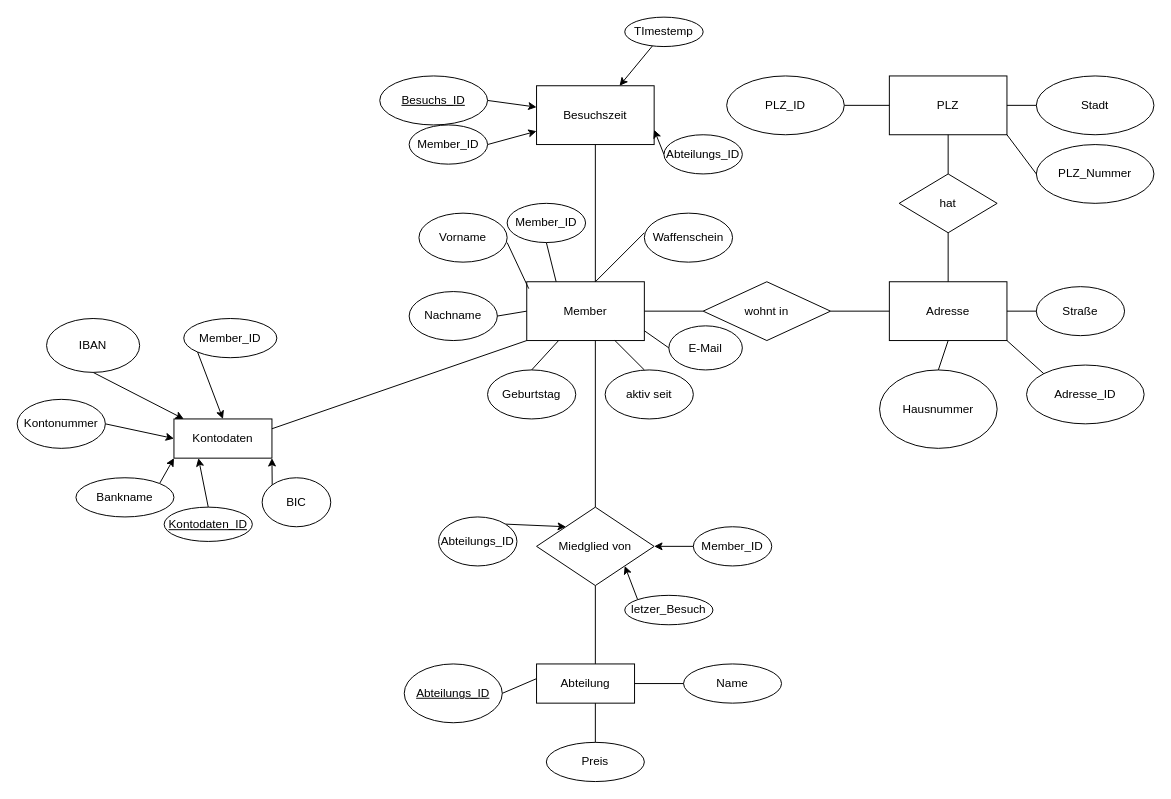
The draw.io diagram draw_io/ER_Member.drawio in floodoo/gun_club, before the edit. Source tidied: cells renumbered, new cells numbered last; positions are measured from the earlier drawing's top-left corner, leaving out a move shared by most shapes. Both pictures are drawn from the tidied source at 98%, with x=0, y=0 at pixel (17, 17).
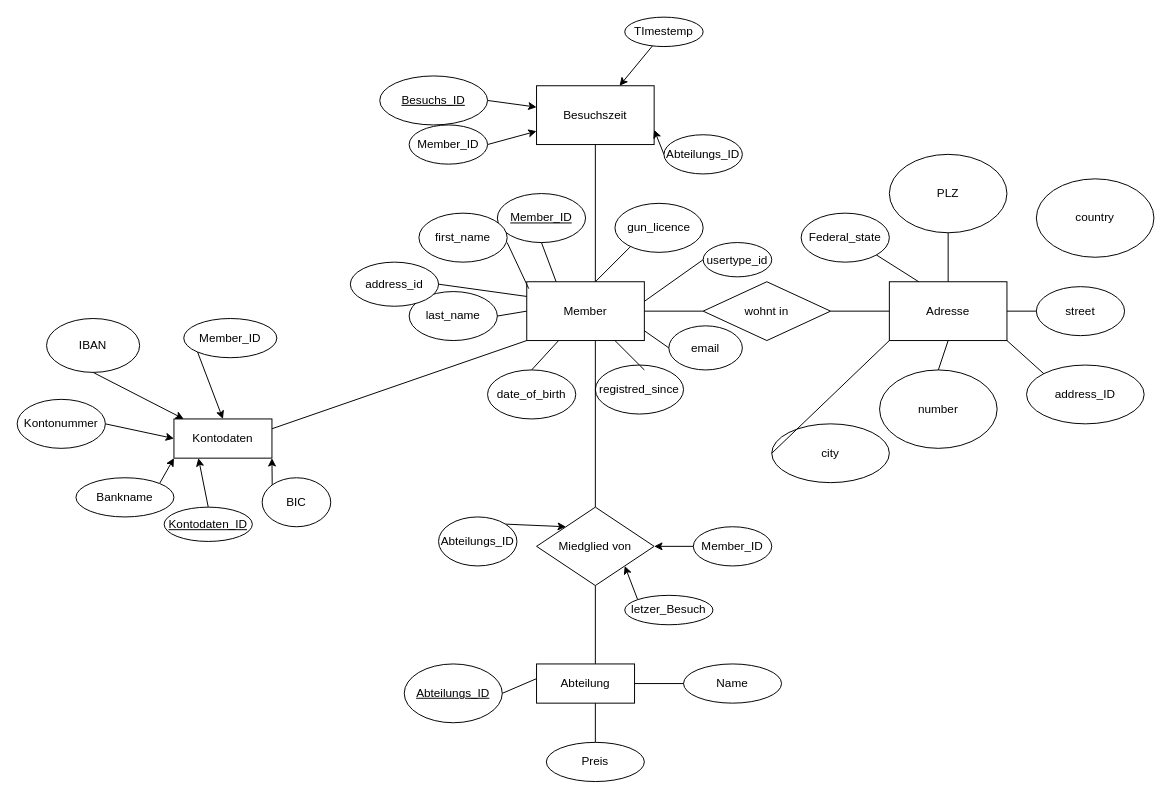
The same page after the edit.

Unchanged cells that the change refers to:
```xml
<mxCell id="2" value="Member" style="rounded=0;whiteSpace=wrap;html=1;" parent="1" vertex="1">
  <mxGeometry x="520" y="270" width="120" height="60" as="geometry" />
</mxCell>
<mxCell id="7" value="Adresse" style="rounded=0;whiteSpace=wrap;html=1;" parent="1" vertex="1">
  <mxGeometry x="890" y="270" width="120" height="60" as="geometry" />
</mxCell>
```

Change to the diagram source:
```diff
@@
-    <mxCell id="3" value="Member_ID" style="ellipse;whiteSpace=wrap;html=1;" parent="1" vertex="1">
-      <mxGeometry x="500" y="190" width="80" height="40" as="geometry" />
+    <mxCell id="3" value="&lt;u&gt;Member_ID&lt;/u&gt;" style="ellipse;whiteSpace=wrap;html=1;" parent="1" vertex="1">
+      <mxGeometry x="490" y="180" width="90" height="50" as="geometry" />
     </mxCell>
-    <mxCell id="4" value="Vorname" style="ellipse;whiteSpace=wrap;html=1;" parent="1" vertex="1">
+    <mxCell id="4" value="first_name" style="ellipse;whiteSpace=wrap;html=1;" parent="1" vertex="1">
       <mxGeometry x="410" y="200" width="90" height="50" as="geometry" />
     </mxCell>
-    <mxCell id="5" value="Nachname" style="ellipse;whiteSpace=wrap;html=1;" parent="1" vertex="1">
+    <mxCell id="5" value="last_name" style="ellipse;whiteSpace=wrap;html=1;" parent="1" vertex="1">
       <mxGeometry x="400" y="280" width="90" height="50" as="geometry" />
     </mxCell>
-    <mxCell id="6" value="Geburtstag" style="ellipse;whiteSpace=wrap;html=1;" parent="1" vertex="1">
+    <mxCell id="6" value="date_of_birth" style="ellipse;whiteSpace=wrap;html=1;" parent="1" vertex="1">
       <mxGeometry x="480" y="360" width="90" height="50" as="geometry" />
     </mxCell>
@@
-    <mxCell id="11" value="Hausnummer" style="ellipse;whiteSpace=wrap;html=1;" parent="1" vertex="1">
+    <mxCell id="11" value="number" style="ellipse;whiteSpace=wrap;html=1;" parent="1" vertex="1">
       <mxGeometry x="880" y="360" width="120" height="80" as="geometry" />
     </mxCell>
-    <mxCell id="12" value="PLZ" style="rounded=0;whiteSpace=wrap;html=1;" parent="1" vertex="1">
-      <mxGeometry x="890" y="60" width="120" height="60" as="geometry" />
-    </mxCell>
-    <mxCell id="13" value="aktiv seit" style="ellipse;whiteSpace=wrap;html=1;" parent="1" vertex="1">
-      <mxGeometry x="600" y="360" width="90" height="50" as="geometry" />
+    <mxCell id="13" value="registred_since" style="ellipse;whiteSpace=wrap;html=1;" parent="1" vertex="1">
+      <mxGeometry x="590" y="355" width="90" height="50" as="geometry" />
     </mxCell>
-    <mxCell id="14" value="Straße" style="ellipse;whiteSpace=wrap;html=1;" parent="1" vertex="1">
+    <mxCell id="14" value="street" style="ellipse;whiteSpace=wrap;html=1;" parent="1" vertex="1">
       <mxGeometry x="1040" y="275" width="90" height="50" as="geometry" />
     </mxCell>
-    <mxCell id="15" value="Stadt" style="ellipse;whiteSpace=wrap;html=1;" parent="1" vertex="1">
-      <mxGeometry x="1040" y="60" width="120" height="60" as="geometry" />
+    <mxCell id="15" value="city" style="ellipse;whiteSpace=wrap;html=1;" parent="1" vertex="1">
+      <mxGeometry x="770" y="415" width="120" height="60" as="geometry" />
     </mxCell>
-    <mxCell id="16" style="endArrow=none;html=1;rounded=0;entryX=0.5;entryY=1;entryDx=0;entryDy=0;startArrow=none;" parent="1" edge="1" source="17" target="12">
-      <mxGeometry relative="1" as="geometry" />
-    </mxCell>
-    <mxCell id="17" value="hat" style="rhombus;whiteSpace=wrap;html=1;" parent="1" vertex="1">
-      <mxGeometry x="900" y="160" width="100" height="60" as="geometry" />
-    </mxCell>
-    <mxCell id="18" style="endArrow=none;html=1;rounded=0;entryX=0.5;entryY=1;entryDx=0;entryDy=0;exitX=0.5;exitY=0;exitDx=0;exitDy=0;" parent="1" edge="1" source="7" target="17">
-      <mxGeometry relative="1" as="geometry" />
+    <mxCell id="18" style="endArrow=none;html=1;rounded=0;entryX=0.5;entryY=1;entryDx=0;entryDy=0;exitX=0.5;exitY=0;exitDx=0;exitDy=0;" parent="1" edge="1" source="7">
+      <mxGeometry relative="1" as="geometry">
+        <mxPoint x="950" y="220" as="targetPoint" />
+      </mxGeometry>
     </mxCell>
-    <mxCell id="19" style="endArrow=none;html=1;rounded=0;entryX=0;entryY=0.5;entryDx=0;entryDy=0;exitX=1;exitY=0.5;exitDx=0;exitDy=0;" parent="1" edge="1" source="12" target="15">
+    <mxCell id="19" style="endArrow=none;html=1;rounded=0;entryX=0;entryY=0.5;entryDx=0;entryDy=0;exitX=0;exitY=1;exitDx=0;exitDy=0;" parent="1" edge="1" source="7" target="15">
       <mxGeometry relative="1" as="geometry" />
     </mxCell>
-    <mxCell id="20" value="PLZ_ID" style="ellipse;whiteSpace=wrap;html=1;" parent="1" vertex="1">
-      <mxGeometry x="724" y="60" width="120" height="60" as="geometry" />
-    </mxCell>
-    <mxCell id="21" value="PLZ_Nummer" style="ellipse;whiteSpace=wrap;html=1;" parent="1" vertex="1">
-      <mxGeometry x="1040" y="130" width="120" height="60" as="geometry" />
-    </mxCell>
-    <mxCell id="22" value="Adresse_ID" style="ellipse;whiteSpace=wrap;html=1;" parent="1" vertex="1">
+    <mxCell id="22" value="&lt;div&gt;address_ID&lt;/div&gt;" style="ellipse;whiteSpace=wrap;html=1;" parent="1" vertex="1">
       <mxGeometry x="1030" y="355" width="120" height="60" as="geometry" />
     </mxCell>
@@
-    <mxCell id="31" style="endArrow=none;html=1;rounded=0;exitX=0;exitY=0.5;exitDx=0;exitDy=0;" parent="1" edge="1" source="12">
-      <mxGeometry relative="1" as="geometry">
-        <mxPoint x="844" y="90" as="targetPoint" />
-      </mxGeometry>
-    </mxCell>
-    <mxCell id="32" style="endArrow=none;html=1;rounded=0;exitX=0;exitY=0.5;exitDx=0;exitDy=0;" parent="1" edge="1" source="21">
-      <mxGeometry relative="1" as="geometry">
-        <mxPoint x="1010" y="120" as="targetPoint" />
-      </mxGeometry>
-    </mxCell>
@@
-    <mxCell id="50" value="Waffenschein" style="ellipse;whiteSpace=wrap;html=1;" parent="1" vertex="1">
-      <mxGeometry x="640" y="200" width="90" height="50" as="geometry" />
+    <mxCell id="50" value="gun_licence" style="ellipse;whiteSpace=wrap;html=1;" parent="1" vertex="1">
+      <mxGeometry x="610" y="190" width="90" height="50" as="geometry" />
     </mxCell>
@@
-    <mxCell id="61" value="E-Mail" style="ellipse;whiteSpace=wrap;html=1;" parent="1" vertex="1">
+    <mxCell id="61" value="email" style="ellipse;whiteSpace=wrap;html=1;" parent="1" vertex="1">
       <mxGeometry x="665" y="315" width="75" height="45" as="geometry" />
     </mxCell>
@@
+    <mxCell id="77" value="usertype_id" style="ellipse;whiteSpace=wrap;html=1;" parent="1" vertex="1">
+      <mxGeometry x="700" y="230" width="70" height="35" as="geometry" />
+    </mxCell>
+    <mxCell id="78" style="endArrow=none;html=1;rounded=0;entryX=0;entryY=0.5;entryDx=0;entryDy=0;" parent="1" edge="1" target="77">
+      <mxGeometry relative="1" as="geometry">
+        <mxPoint x="640" y="290" as="sourcePoint" />
+      </mxGeometry>
+    </mxCell>
+    <mxCell id="79" value="address_id" style="ellipse;whiteSpace=wrap;html=1;" parent="1" vertex="1">
+      <mxGeometry x="340" y="250" width="90" height="45" as="geometry" />
+    </mxCell>
+    <mxCell id="80" style="endArrow=none;html=1;rounded=0;exitX=1;exitY=0.5;exitDx=0;exitDy=0;entryX=0;entryY=0.25;entryDx=0;entryDy=0;" parent="1" edge="1" source="79" target="2">
+      <mxGeometry relative="1" as="geometry" />
+    </mxCell>
+    <mxCell id="12" value="PLZ" style="ellipse;whiteSpace=wrap;html=1;" parent="1" vertex="1">
+      <mxGeometry x="890" y="140" width="120" height="80" as="geometry" />
+    </mxCell>
+    <mxCell id="81" value="country" style="ellipse;whiteSpace=wrap;html=1;" parent="1" vertex="1">
+      <mxGeometry x="1040" y="165" width="120" height="80" as="geometry" />
+    </mxCell>
+    <mxCell id="82" value="Federal_state" style="ellipse;whiteSpace=wrap;html=1;" parent="1" vertex="1">
+      <mxGeometry x="800" y="200" width="90" height="50" as="geometry" />
+    </mxCell>
+    <mxCell id="83" style="endArrow=none;html=1;rounded=0;entryX=0.25;entryY=0;entryDx=0;entryDy=0;exitX=1;exitY=1;exitDx=0;exitDy=0;" parent="1" edge="1" source="82" target="7">
+      <mxGeometry relative="1" as="geometry" />
+    </mxCell>
```
